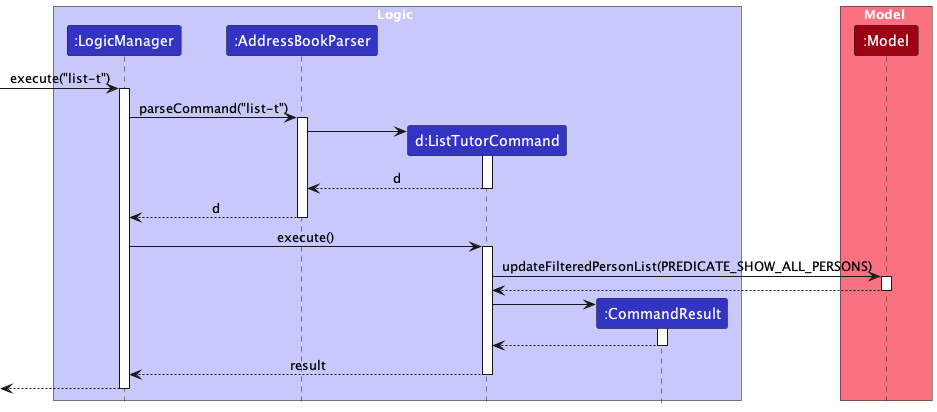
This is docs/images/ListTutorSequenceDiagram.png from nus-cs2103-AY2324S1/tp, a PlantUML export, as it was before one commit.
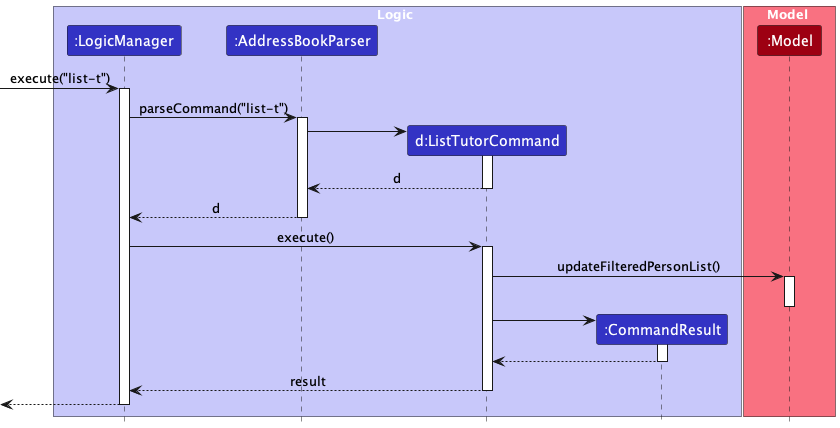
Above is the later version.

Diff of the diagram source:
```diff
@@ -32,8 +32,8 @@
 LogicManager -> ListTutorCommand : execute()
 activate ListTutorCommand
 
-ListTutorCommand -> Model ++ : updateFilteredPersonList(PREDICATE_SHOW_ALL_PERSONS)
-return
+ListTutorCommand -> Model ++ : updateFilteredPersonList()
+deactivate Model
 
 deactivate Model
 
```
